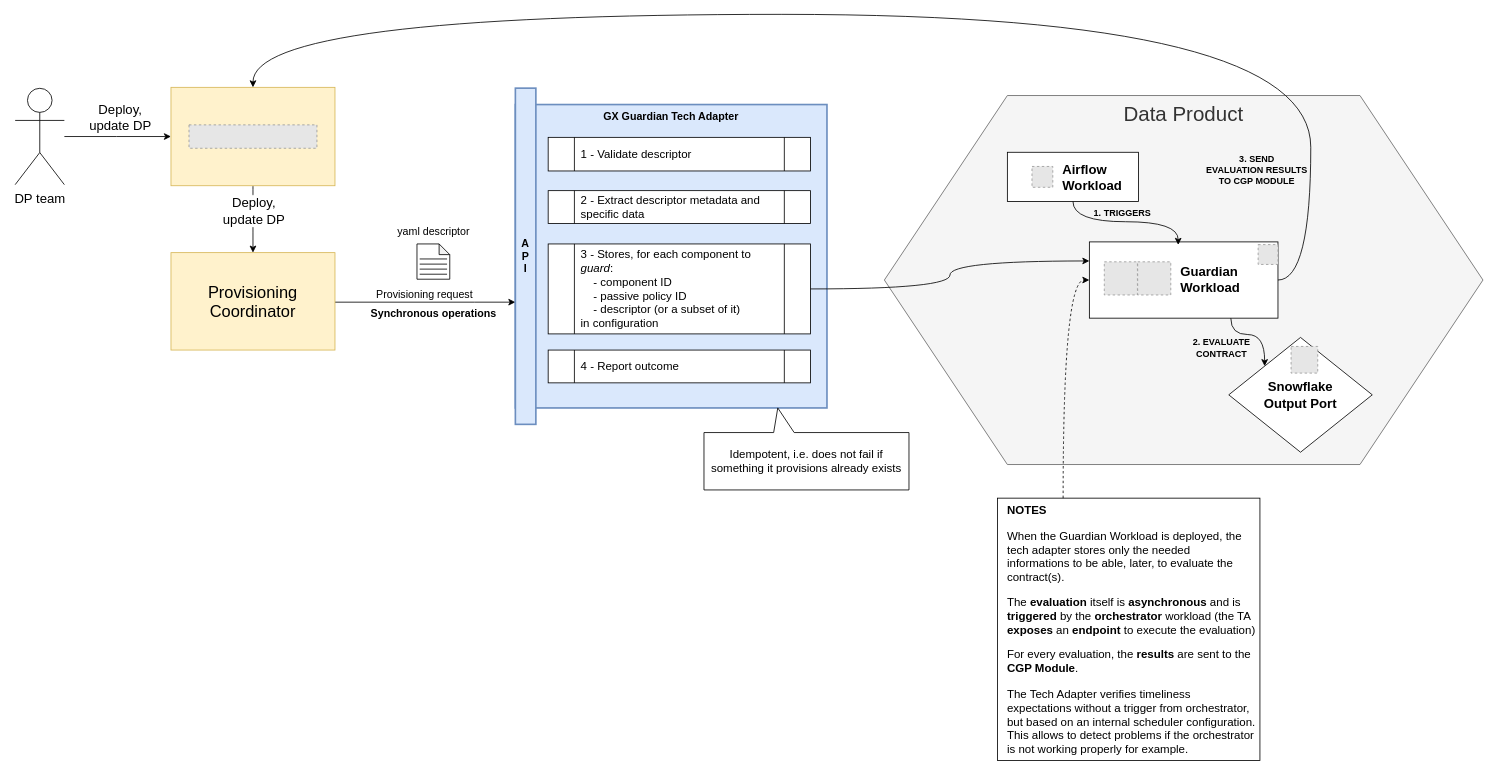
agile-lab-dev/witboost-great-expectations-guardian-tech-adapter keeps this draw.io diagram as page "Provisioning" (2 of 3) of docs/hld.drawio. Above is the earlier version. Source tidied: cells renumbered, new cells numbered last; positions are measured from the earlier drawing's top-left corner, leaving out a move shared by most shapes. Both pictures are drawn from the tidied source at 82%, with x=0, y=0 at pixel (15, 14). Pictures stored in the file or linked from it are replaced by grey dashed boxes.
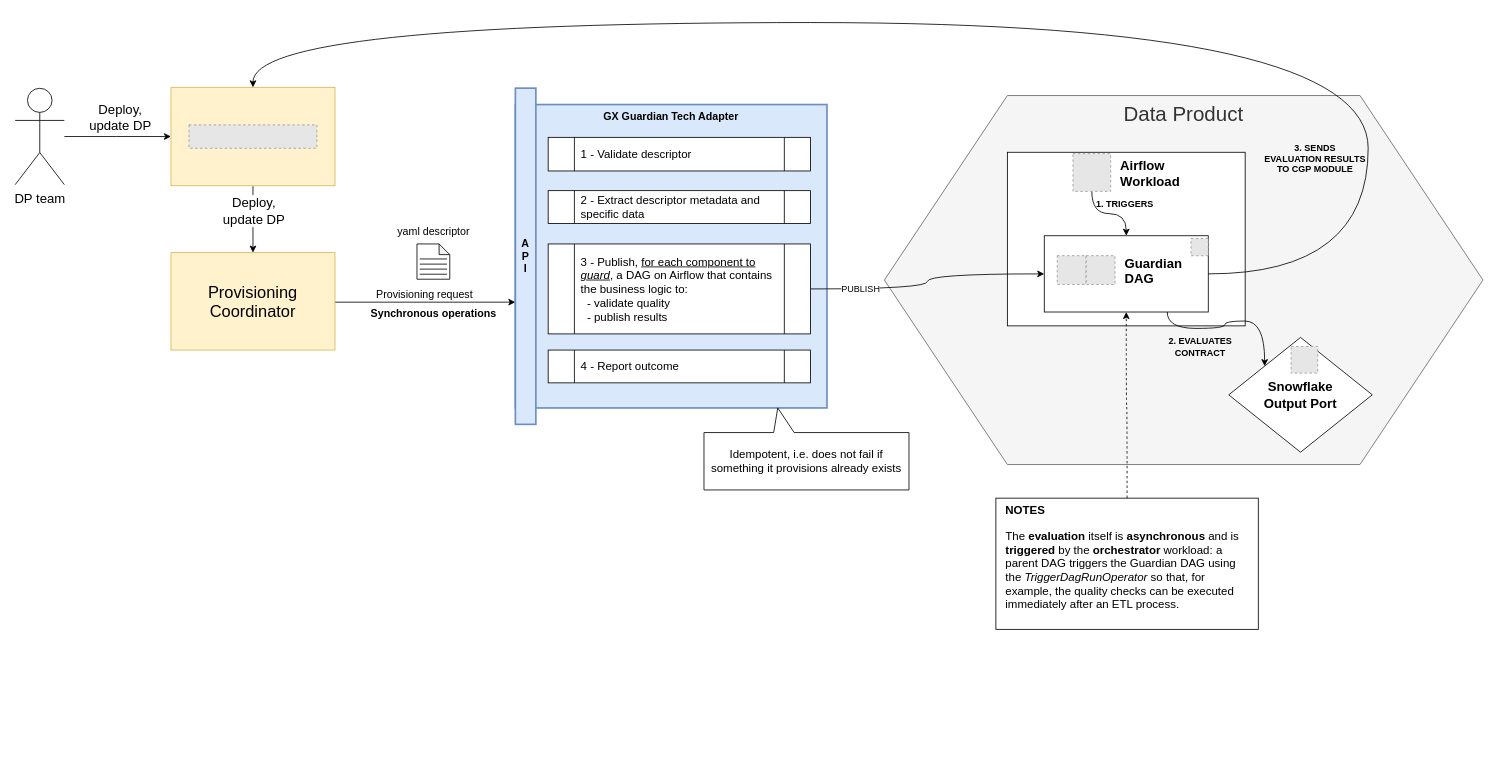
After the change.

Unchanged cells that the change refers to:
```xml
<mxCell id="18" style="rounded=0;whiteSpace=wrap;html=1;hachureGap=4;fontFamily=Helvetica;fontSize=20;verticalAlign=middle;fillColor=#fff2cc;strokeColor=#d6b656;glass=0;" parent="1" vertex="1">
  <mxGeometry x="190" y="89" width="200" height="120" as="geometry" />
</mxCell>
<mxCell id="42" style="edgeStyle=orthogonalEdgeStyle;rounded=0;jettySize=auto;html=1;exitX=0.75;exitY=1;exitDx=0;exitDy=0;entryX=0;entryY=0;entryDx=0;entryDy=0;curved=1;" parent="1" edge="1" source="30" target="37">
  <mxGeometry relative="1" as="geometry" />
</mxCell>
```

Change to the diagram source:
```diff
@@
-    <mxCell id="24" value="3 - Stores, for each component to &lt;i&gt;guard&lt;/i&gt;:&lt;div&gt;&amp;nbsp; &amp;nbsp; - component ID&lt;/div&gt;&lt;div&gt;&amp;nbsp; &amp;nbsp; - passive policy ID&lt;/div&gt;&lt;div&gt;&amp;nbsp; &amp;nbsp; - descriptor (or a subset of it)&lt;/div&gt;&lt;div&gt;in configuration&lt;/div&gt;" style="shape=process;whiteSpace=wrap;html=1;backgroundOutline=1;align=left;fontSize=14;spacingLeft=6;" parent="1" vertex="1">
+    <mxCell id="24" value="3 - Publish, &lt;u&gt;for each component to &lt;i&gt;guard&lt;/i&gt;&lt;/u&gt;, a DAG on Airflow that contains the business logic to:&lt;div&gt;&amp;nbsp; - validate quality&lt;/div&gt;&lt;div&gt;&amp;nbsp; - publish results&lt;/div&gt;" style="shape=process;whiteSpace=wrap;html=1;backgroundOutline=1;align=left;fontSize=14;spacingLeft=6;" parent="1" vertex="1">
       <mxGeometry x="650" y="280" width="320" height="109.7" as="geometry" />
     </mxCell>
@@
-    <mxCell id="27" value="&lt;h1 style=&quot;margin-top: 0px; font-size: 14px;&quot;&gt;&lt;font style=&quot;font-size: 14px;&quot;&gt;NOTES&lt;/font&gt;&lt;/h1&gt;&lt;p style=&quot;font-size: 14px;&quot;&gt;When the Guardian Workload is deployed, the tech adapter stores only the needed informations to be able, later, to evaluate the contract(s).&lt;/p&gt;&lt;p style=&quot;font-size: 14px;&quot;&gt;The &lt;b&gt;evaluation &lt;/b&gt;itself is &lt;b&gt;asynchronous &lt;/b&gt;and is &lt;b&gt;triggered &lt;/b&gt;by the &lt;b&gt;orchestrator &lt;/b&gt;workload (the TA &lt;b&gt;exposes &lt;/b&gt;an &lt;b&gt;endpoint &lt;/b&gt;to execute the evaluation)&lt;/p&gt;&lt;p style=&quot;font-size: 14px;&quot;&gt;For every evaluation, the &lt;b&gt;results &lt;/b&gt;are sent to the &lt;b&gt;CGP Module&lt;/b&gt;.&lt;/p&gt;&lt;p style=&quot;&quot;&gt;The Tech Adapter verifies timeliness expectations without a trigger from orchestrator, but based on an internal scheduler configuration. This allows to detect problems if the orchestrator is not working properly for example.&lt;br&gt;&lt;/p&gt;" style="text;html=1;whiteSpace=wrap;overflow=hidden;rounded=0;strokeColor=default;spacingLeft=10;spacingRight=5;fontSize=14;" parent="1" vertex="1">
-      <mxGeometry x="1198" y="590" width="320" height="320" as="geometry" />
+    <mxCell id="27" value="&lt;h1 style=&quot;margin-top: 0px; font-size: 14px;&quot;&gt;&lt;font style=&quot;font-size: 14px;&quot;&gt;NOTES&lt;/font&gt;&lt;/h1&gt;&lt;p style=&quot;&quot;&gt;&lt;span style=&quot;font-size: 14px; background-color: transparent; color: light-dark(rgb(0, 0, 0), rgb(255, 255, 255));&quot;&gt;The &lt;/span&gt;&lt;b style=&quot;font-size: 14px; background-color: transparent; color: light-dark(rgb(0, 0, 0), rgb(255, 255, 255));&quot;&gt;evaluation &lt;/b&gt;&lt;span style=&quot;font-size: 14px; background-color: transparent; color: light-dark(rgb(0, 0, 0), rgb(255, 255, 255));&quot;&gt;itself is &lt;/span&gt;&lt;b style=&quot;font-size: 14px; background-color: transparent; color: light-dark(rgb(0, 0, 0), rgb(255, 255, 255));&quot;&gt;asynchronous &lt;/b&gt;&lt;span style=&quot;font-size: 14px; background-color: transparent; color: light-dark(rgb(0, 0, 0), rgb(255, 255, 255));&quot;&gt;and is &lt;/span&gt;&lt;b style=&quot;font-size: 14px; background-color: transparent; color: light-dark(rgb(0, 0, 0), rgb(255, 255, 255));&quot;&gt;triggered &lt;/b&gt;&lt;span style=&quot;font-size: 14px; background-color: transparent; color: light-dark(rgb(0, 0, 0), rgb(255, 255, 255));&quot;&gt;by the &lt;/span&gt;&lt;b style=&quot;font-size: 14px; background-color: transparent; color: light-dark(rgb(0, 0, 0), rgb(255, 255, 255));&quot;&gt;orchestrator &lt;/b&gt;&lt;span style=&quot;font-size: 14px; background-color: transparent; color: light-dark(rgb(0, 0, 0), rgb(255, 255, 255));&quot;&gt;workload: a parent DAG triggers the Guardian DAG using the&amp;nbsp;&lt;/span&gt;&lt;span style=&quot;background-color: transparent;&quot;&gt;&lt;i&gt;TriggerDagRunOperator &lt;/i&gt;so that, for example, the quality checks can be executed immediately after an ETL process.&lt;/span&gt;&lt;/p&gt;" style="text;html=1;whiteSpace=wrap;overflow=hidden;rounded=0;strokeColor=default;spacingLeft=10;spacingRight=5;fontSize=14;" parent="1" vertex="1">
+      <mxGeometry x="1196" y="590" width="320" height="160" as="geometry" />
     </mxCell>
@@
+    <mxCell id="34" style="group;" parent="1" vertex="1">
+      <mxGeometry x="1210" y="168.2" width="290" height="211.8" as="geometry" />
+    </mxCell>
+    <mxCell id="35" style="rounded=0;whiteSpace=wrap;html=1;" parent="34" vertex="1">
+      <mxGeometry width="290" height="211.7" as="geometry" />
+    </mxCell>
+    <mxCell id="47" style="edgeStyle=orthogonalEdgeStyle;rounded=0;jettySize=auto;html=1;exitX=0.5;exitY=1;exitDx=0;exitDy=0;entryX=0.5;entryY=0;entryDx=0;entryDy=0;curved=1;" parent="34" edge="1" source="36" target="30">
+      <mxGeometry relative="1" as="geometry" />
+    </mxCell>
+    <mxCell id="41" value="&lt;b&gt;1. TRIGGERS&lt;/b&gt;" style="edgeLabel;html=1;align=center;verticalAlign=middle;labelBackgroundColor=none;" parent="47" vertex="1">
+      <mxGeometry x="-0.12" y="3" relative="1" as="geometry">
+        <mxPoint x="25" y="-9" as="offset" />
+      </mxGeometry>
+    </mxCell>
+    <mxCell id="36" value="Airflow&#10;Workload" style="fillColor=#E6E6E6;strokeColor=#999999;dashed=1;verticalLabelPosition=middle;labelBackgroundColor=none;verticalAlign=middle;labelPosition=right;align=left;spacingLeft=10;fontSize=16;fontStyle=1;" parent="34" vertex="1">
+      <mxGeometry x="80" y="1.7" width="46" height="46" as="geometry" />
+    </mxCell>
-    <mxCell id="29" style="group;" parent="1" vertex="1">
-      <mxGeometry x="1310" y="277.5" width="230" height="93" as="geometry" />
+    <mxCell id="29" style="group;" parent="34" vertex="1">
+      <mxGeometry x="45" y="101.8" width="200" height="93" as="geometry" />
     </mxCell>
     <mxCell id="30" style="rounded=0;whiteSpace=wrap;html=1;" parent="29" vertex="1">
-      <mxGeometry width="230" height="93" as="geometry" />
+      <mxGeometry width="200" height="93" as="geometry" />
     </mxCell>
     <mxCell id="31" style="fillColor=#E6E6E6;strokeColor=#999999;dashed=1;verticalLabelPosition=bottom;labelBackgroundColor=default;verticalAlign=top;" parent="29" vertex="1">
-      <mxGeometry x="18.2" y="24.3" width="40.4" height="40.4" as="geometry" />
+      <mxGeometry x="15.8" y="24.3" width="35.1" height="35.1" as="geometry" />
     </mxCell>
-    <mxCell id="32" value="Guardian&#10;Workload" style="fillColor=#E6E6E6;strokeColor=#999999;dashed=1;verticalLabelPosition=middle;labelBackgroundColor=none;verticalAlign=middle;fontSize=16;fontStyle=1;labelPosition=right;align=left;spacingLeft=10;" parent="29" vertex="1">
-      <mxGeometry x="58.9" y="24.3" width="40.4" height="40.4" as="geometry" />
+    <mxCell id="32" value="Guardian&#10;DAG" style="fillColor=#E6E6E6;strokeColor=#999999;dashed=1;verticalLabelPosition=middle;labelBackgroundColor=none;verticalAlign=middle;fontSize=16;fontStyle=1;labelPosition=right;align=left;spacingLeft=10;" parent="29" vertex="1">
+      <mxGeometry x="51.2" y="24.3" width="35.1" height="35.1" as="geometry" />
     </mxCell>
     <mxCell id="33" style="fillColor=#E6E6E6;strokeColor=#999999;dashed=1;verticalLabelPosition=bottom;labelBackgroundColor=default;verticalAlign=top;" parent="29" vertex="1">
-      <mxGeometry x="205.8" y="3.3" width="24.2" height="24.2" as="geometry" />
+      <mxGeometry x="178.9" y="3.3" width="21.1" height="21.1" as="geometry" />
     </mxCell>
-    <mxCell id="34" style="group;" parent="1" vertex="1">
-      <mxGeometry x="1210" y="168.2" width="160" height="60" as="geometry" />
-    </mxCell>
-    <mxCell id="35" style="rounded=0;whiteSpace=wrap;html=1;" parent="34" vertex="1">
-      <mxGeometry width="160" height="60" as="geometry" />
-    </mxCell>
-    <mxCell id="36" value="Airflow&#10;Workload" style="fillColor=#E6E6E6;strokeColor=#999999;dashed=1;verticalLabelPosition=middle;labelBackgroundColor=none;verticalAlign=middle;labelPosition=right;align=left;spacingLeft=10;fontSize=16;fontStyle=1;" parent="34" vertex="1">
-      <mxGeometry x="30" y="17.3" width="25.4" height="25.4" as="geometry" />
-    </mxCell>
@@
-    <mxCell id="39" style="edgeStyle=orthogonalEdgeStyle;rounded=0;jettySize=auto;html=1;exitX=0.25;exitY=0;exitDx=0;exitDy=0;entryX=0;entryY=0.5;entryDx=0;entryDy=0;endArrow=classic;endFill=1;dashed=1;curved=1;" parent="1" edge="1" source="27" target="30">
-      <mxGeometry relative="1" as="geometry" />
-    </mxCell>
-    <mxCell id="40" style="edgeStyle=orthogonalEdgeStyle;rounded=0;jettySize=auto;html=1;exitX=0.5;exitY=1;exitDx=0;exitDy=0;entryX=0.471;entryY=0.039;entryDx=0;entryDy=0;entryPerimeter=0;labelBackgroundColor=none;curved=1;" parent="1" edge="1" source="35" target="30">
-      <mxGeometry relative="1" as="geometry" />
-    </mxCell>
-    <mxCell id="41" value="&lt;span&gt;1. TRIGGERS&lt;/span&gt;" style="edgeLabel;html=1;align=center;verticalAlign=middle;labelBackgroundColor=none;spacingTop=-15;fontStyle=1;" parent="40" vertex="1">
-      <mxGeometry x="-0.12" relative="1" as="geometry">
-        <mxPoint x="4" y="-3" as="offset" />
-      </mxGeometry>
-    </mxCell>
@@
-    <mxCell id="43" value="2. EVALUATE&lt;br&gt;CONTRACT" style="edgeLabel;html=1;align=center;verticalAlign=middle;labelBackgroundColor=none;spacingLeft=0;spacingRight=112;fontStyle=1;" parent="42" vertex="1">
+    <mxCell id="43" value="2. EVALUATES&lt;br&gt;CONTRACT" style="edgeLabel;html=1;align=center;verticalAlign=middle;labelBackgroundColor=none;spacingLeft=0;spacingRight=112;fontStyle=1;" parent="42" vertex="1">
       <mxGeometry x="-0.05" relative="1" as="geometry">
-        <mxPoint x="17" y="16" as="offset" />
+        <mxPoint x="25" y="28" as="offset" />
       </mxGeometry>
     </mxCell>
-    <mxCell id="44" style="edgeStyle=orthogonalEdgeStyle;rounded=0;jettySize=auto;html=1;exitX=1;exitY=0.5;exitDx=0;exitDy=0;entryX=0;entryY=0.25;entryDx=0;entryDy=0;curved=1;" parent="1" edge="1" source="24" target="30">
+    <mxCell id="44" style="edgeStyle=orthogonalEdgeStyle;rounded=0;jettySize=auto;html=1;exitX=1;exitY=0.5;exitDx=0;exitDy=0;entryX=0;entryY=0.5;entryDx=0;entryDy=0;curved=1;" parent="1" edge="1" source="24" target="30">
       <mxGeometry relative="1" as="geometry" />
     </mxCell>
+    <mxCell id="48" value="PUBLISH" style="edgeLabel;html=1;align=center;verticalAlign=middle;" parent="44" vertex="1">
+      <mxGeometry x="-0.56" y="2" relative="1" as="geometry">
+        <mxPoint x="-7" y="2" as="offset" />
+      </mxGeometry>
+    </mxCell>
     <mxCell id="45" style="edgeStyle=orthogonalEdgeStyle;rounded=0;jettySize=auto;html=1;exitX=1;exitY=0.5;exitDx=0;exitDy=0;entryX=0.5;entryY=0;entryDx=0;entryDy=0;curved=1;" parent="1" edge="1" source="30" target="18">
       <mxGeometry relative="1" as="geometry">
         <Array as="points">
-          <mxPoint x="1580" y="324" />
-          <mxPoint x="1580" />
-          <mxPoint x="290" />
+          <mxPoint x="1650" y="316" />
+          <mxPoint x="1650" y="10" />
+          <mxPoint x="290" y="10" />
         </Array>
       </mxGeometry>
     </mxCell>
-    <mxCell id="46" value="3. SEND&lt;div&gt;EVALUATION RESULTS&lt;div&gt;TO CGP MODULE&lt;/div&gt;&lt;/div&gt;" style="edgeLabel;html=1;align=center;verticalAlign=middle;labelBackgroundColor=none;fontStyle=1;" parent="45" vertex="1">
-      <mxGeometry x="-0.84" relative="1" as="geometry">
-        <mxPoint x="-67" y="-36" as="offset" />
-      </mxGeometry>
-    </mxCell>
+    <mxCell id="49" value="3. SENDS&lt;div&gt;EVALUATION RESULTS&lt;/div&gt;&lt;div&gt;TO CGP MODULE&lt;/div&gt;" style="edgeLabel;html=1;align=center;verticalAlign=middle;fontStyle=1;labelBackgroundColor=none;" parent="45" vertex="1">
+      <mxGeometry x="-0.74" y="10" relative="1" as="geometry">
+        <mxPoint x="-56" y="-84" as="offset" />
+      </mxGeometry>
+    </mxCell>
+    <mxCell id="39" style="edgeStyle=orthogonalEdgeStyle;rounded=0;jettySize=auto;html=1;exitX=0.5;exitY=0;exitDx=0;exitDy=0;entryX=0.5;entryY=1;entryDx=0;entryDy=0;curved=1;dashed=1;" parent="1" edge="1" source="27" target="30">
+      <mxGeometry relative="1" as="geometry" />
+    </mxCell>
```
